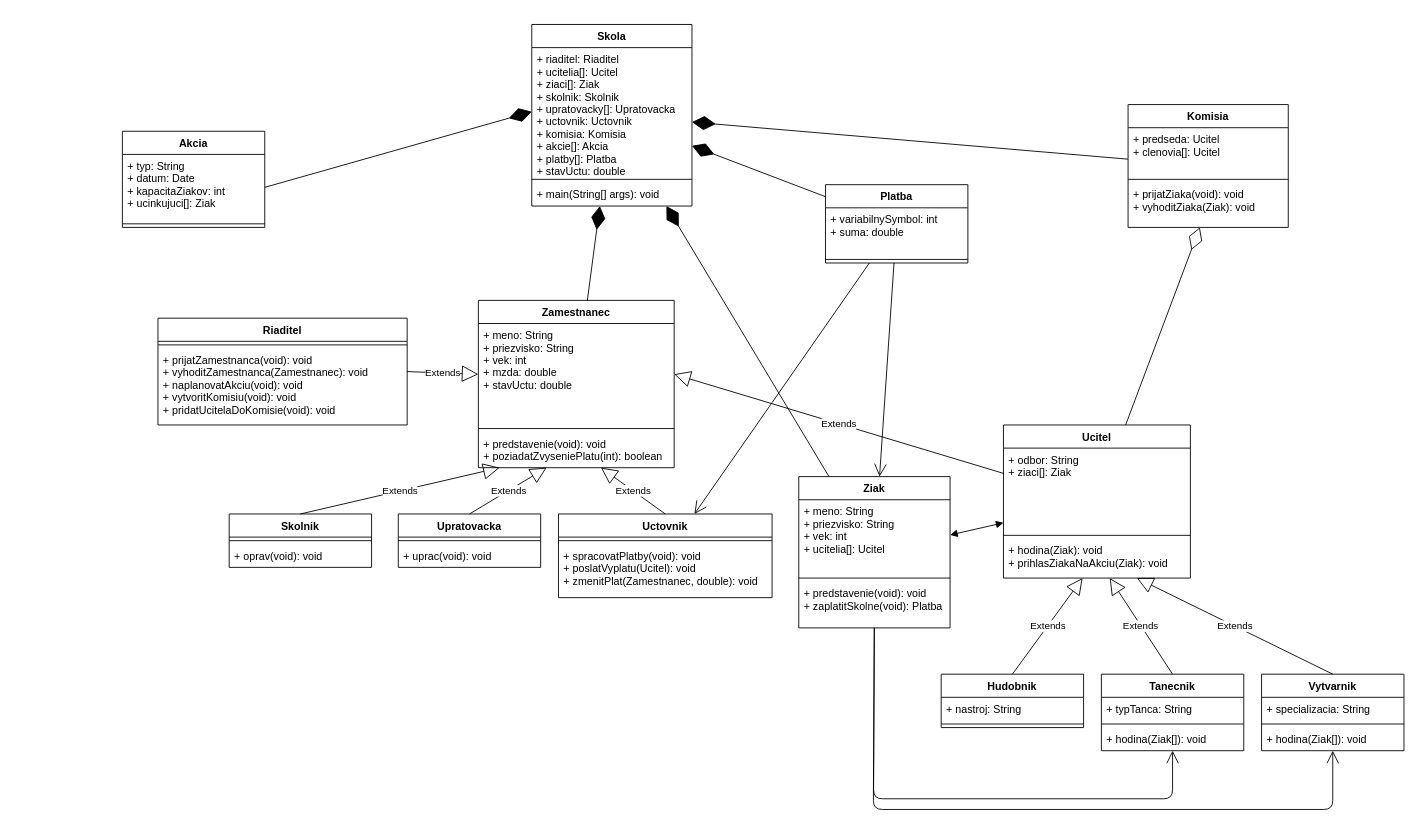
The draw.io diagram Untitled Diagram.drawio in okmada123/draw.io, before the edit. Source tidied: cells renumbered, new cells numbered last; positions are measured from the earlier drawing's top-left corner, leaving out a move shared by most shapes. Both pictures are drawn from the tidied source at 89%, with x=0, y=0 at pixel (122, 24).
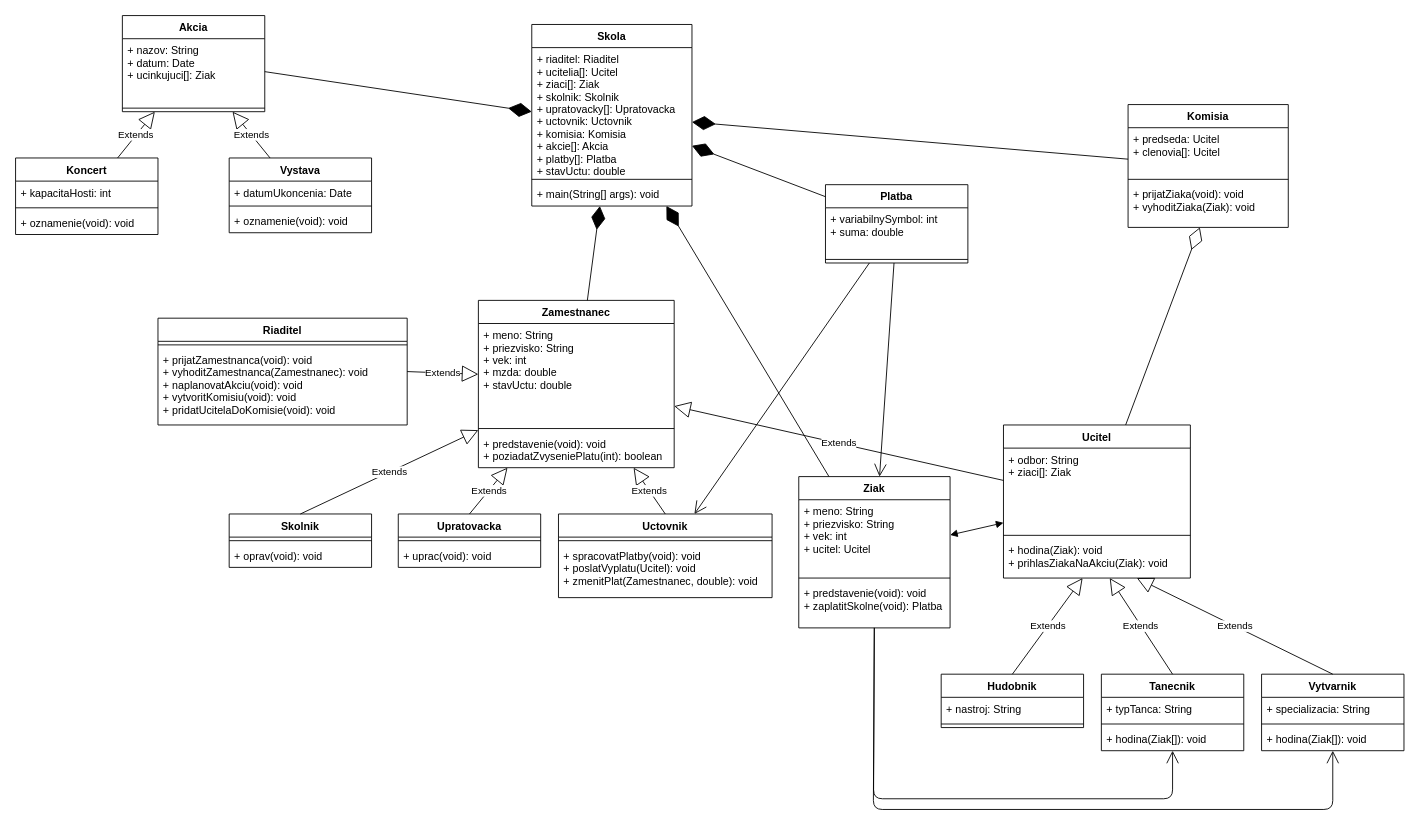
The same page after the edit.

Unchanged cells that the change refers to:
```xml
<mxCell id="9" value="Zamestnanec" style="swimlane;fontStyle=1;align=center;verticalAlign=top;horizontal=1;startSize=26;" parent="1" vertex="1">
  <mxGeometry x="400" y="310" width="220" height="188" as="geometry" />
</mxCell>
<mxCell id="10" value="+ meno: String&#10;+ priezvisko: String&#10;+ vek: int&#10;+ mzda: double&#10;+ stavUctu: double" style="text;strokeColor=none;fillColor=none;align=left;verticalAlign=top;spacingLeft=4;spacingRight=4;overflow=hidden;points=[[0,0.5],[1,0.5]];portConstraint=eastwest;" parent="9" vertex="1">
  <mxGeometry y="26" width="220" height="114" as="geometry" />
</mxCell>
<mxCell id="12" value="+ predstavenie(void): void&#10;+ poziadatZvyseniePlatu(int): boolean" style="text;strokeColor=none;fillColor=none;align=left;verticalAlign=top;spacingLeft=4;spacingRight=4;overflow=hidden;points=[[0,0.5],[1,0.5]];portConstraint=eastwest;" parent="9" vertex="1">
  <mxGeometry y="148" width="220" height="40" as="geometry" />
</mxCell>
<mxCell id="13" value="Skolnik" style="swimlane;fontStyle=1;align=center;verticalAlign=top;horizontal=1;startSize=26;" parent="1" vertex="1">
  <mxGeometry x="120" y="550" width="160" height="60" as="geometry" />
</mxCell>
<mxCell id="16" value="Upratovacka" style="swimlane;fontStyle=1;align=center;verticalAlign=top;horizontal=1;startSize=26;" parent="1" vertex="1">
  <mxGeometry x="310" y="550" width="160" height="60" as="geometry" />
</mxCell>
<mxCell id="19" value="Uctovnik" style="swimlane;fontStyle=1;align=center;verticalAlign=top;horizontal=1;startSize=26;" parent="1" vertex="1">
  <mxGeometry x="490" y="550" width="240" height="94" as="geometry" />
</mxCell>
<mxCell id="22" value="Ucitel" style="swimlane;fontStyle=1;align=center;verticalAlign=top;horizontal=1;startSize=26;" parent="1" vertex="1">
  <mxGeometry x="990" y="450" width="210" height="172" as="geometry" />
</mxCell>
<mxCell id="26" value="Ziak" style="swimlane;fontStyle=1;align=center;verticalAlign=top;horizontal=1;startSize=26;" parent="1" vertex="1">
  <mxGeometry x="760" y="508" width="170" height="170" as="geometry" />
</mxCell>
```

What changed in the source:
```diff
@@
-    <mxCell id="27" value="+ meno: String&#10;+ priezvisko: String&#10;+ vek: int&#10;+ ucitelia[]: Ucitel" style="text;strokeColor=none;fillColor=none;align=left;verticalAlign=top;spacingLeft=4;spacingRight=4;overflow=hidden;" parent="26" vertex="1">
+    <mxCell id="27" value="+ meno: String&#10;+ priezvisko: String&#10;+ vek: int&#10;+ ucitel: Ucitel" style="text;strokeColor=none;fillColor=none;align=left;verticalAlign=top;spacingLeft=4;spacingRight=4;overflow=hidden;" parent="26" vertex="1">
       <mxGeometry y="26" width="170" height="84" as="geometry" />
     </mxCell>
@@
-    <mxCell id="30" value="Extends" style="endArrow=block;endSize=16;endFill=0;html=1;exitX=0.5;exitY=0;exitDx=0;exitDy=0;" parent="1" edge="1" source="13" target="12">
+    <mxCell id="30" value="Extends" style="endArrow=block;endSize=16;endFill=0;html=1;exitX=0.5;exitY=0;exitDx=0;exitDy=0;" parent="1" edge="1" source="13" target="9">
       <mxGeometry relative="1" as="geometry" />
     </mxCell>
-    <mxCell id="31" value="Extends" style="endArrow=block;endSize=16;endFill=0;html=1;exitX=0.5;exitY=0;exitDx=0;exitDy=0;" parent="1" edge="1" source="16" target="12">
+    <mxCell id="31" value="Extends" style="endArrow=block;endSize=16;endFill=0;html=1;exitX=0.5;exitY=0;exitDx=0;exitDy=0;" parent="1" edge="1" source="16" target="9">
       <mxGeometry relative="1" as="geometry" />
     </mxCell>
-    <mxCell id="32" value="Extends" style="endArrow=block;endSize=16;endFill=0;html=1;exitX=0.5;exitY=0;exitDx=0;exitDy=0;" parent="1" edge="1" source="19" target="12">
+    <mxCell id="32" value="Extends" style="endArrow=block;endSize=16;endFill=0;html=1;exitX=0.5;exitY=0;exitDx=0;exitDy=0;" parent="1" edge="1" source="19" target="9">
       <mxGeometry relative="1" as="geometry" />
     </mxCell>
-    <mxCell id="33" value="Extends" style="endArrow=block;endSize=16;endFill=0;html=1;entryX=1;entryY=0.5;entryDx=0;entryDy=0;" parent="1" edge="1" source="22" target="10">
+    <mxCell id="33" value="Extends" style="endArrow=block;endSize=16;endFill=0;html=1;" parent="1" edge="1" source="22" target="9">
       <mxGeometry relative="1" as="geometry" />
     </mxCell>
@@
     <mxCell id="44" value="Akcia" style="swimlane;fontStyle=1;align=center;verticalAlign=top;horizontal=1;startSize=26;" parent="1" vertex="1">
-      <mxGeometry y="120" width="160" height="108" as="geometry" />
+      <mxGeometry y="-10" width="160" height="108" as="geometry" />
     </mxCell>
-    <mxCell id="45" value="+ typ: String&#10;+ datum: Date&#10;+ kapacitaZiakov: int&#10;+ ucinkujuci[]: Ziak" style="text;strokeColor=none;fillColor=none;align=left;verticalAlign=top;spacingLeft=4;spacingRight=4;overflow=hidden;points=[[0,0.5],[1,0.5]];portConstraint=eastwest;" parent="44" vertex="1">
+    <mxCell id="45" value="+ nazov: String&#10;+ datum: Date&#10;+ ucinkujuci[]: Ziak" style="text;strokeColor=none;fillColor=none;align=left;verticalAlign=top;spacingLeft=4;spacingRight=4;overflow=hidden;points=[[0,0.5],[1,0.5]];portConstraint=eastwest;" parent="44" vertex="1">
       <mxGeometry y="26" width="160" height="74" as="geometry" />
     </mxCell>
@@
+    <mxCell id="70" value="Koncert" style="swimlane;fontStyle=1;align=center;verticalAlign=top;horizontal=1;startSize=26;" parent="1" vertex="1">
+      <mxGeometry x="-120" y="150" width="160" height="86" as="geometry" />
+    </mxCell>
+    <mxCell id="71" value="+ kapacitaHosti: int" style="text;strokeColor=none;fillColor=none;align=left;verticalAlign=top;spacingLeft=4;spacingRight=4;overflow=hidden;" parent="70" vertex="1">
+      <mxGeometry y="26" width="160" height="26" as="geometry" />
+    </mxCell>
+    <mxCell id="72" style="line;strokeWidth=1;fillColor=none;align=left;verticalAlign=middle;spacingTop=-1;spacingLeft=3;spacingRight=3;labelPosition=right;" parent="70" vertex="1">
+      <mxGeometry y="52" width="160" height="8" as="geometry" />
+    </mxCell>
+    <mxCell id="73" value="+ oznamenie(void): void" style="text;strokeColor=none;fillColor=none;align=left;verticalAlign=top;spacingLeft=4;spacingRight=4;overflow=hidden;" parent="70" vertex="1">
+      <mxGeometry y="60" width="160" height="26" as="geometry" />
+    </mxCell>
+    <mxCell id="74" value="Vystava" style="swimlane;fontStyle=1;align=center;verticalAlign=top;horizontal=1;startSize=26;" parent="1" vertex="1">
+      <mxGeometry x="120" y="150" width="160" height="84" as="geometry" />
+    </mxCell>
+    <mxCell id="75" value="+ datumUkoncenia: Date" style="text;strokeColor=none;fillColor=none;align=left;verticalAlign=top;spacingLeft=4;spacingRight=4;overflow=hidden;" parent="74" vertex="1">
+      <mxGeometry y="26" width="160" height="24" as="geometry" />
+    </mxCell>
+    <mxCell id="76" style="line;strokeWidth=1;fillColor=none;align=left;verticalAlign=middle;spacingTop=-1;spacingLeft=3;spacingRight=3;labelPosition=right;" parent="74" vertex="1">
+      <mxGeometry y="50" width="160" height="8" as="geometry" />
+    </mxCell>
+    <mxCell id="77" value="+ oznamenie(void): void" style="text;strokeColor=none;fillColor=none;align=left;verticalAlign=top;spacingLeft=4;spacingRight=4;overflow=hidden;" parent="74" vertex="1">
+      <mxGeometry y="58" width="160" height="26" as="geometry" />
+    </mxCell>
+    <mxCell id="78" value="Extends" style="endArrow=block;endSize=16;endFill=0;html=1;" parent="1" edge="1" source="70" target="44">
+      <mxGeometry relative="1" as="geometry" />
+    </mxCell>
+    <mxCell id="79" value="Extends" style="endArrow=block;endSize=16;endFill=0;html=1;" parent="1" edge="1" source="74" target="44">
+      <mxGeometry relative="1" as="geometry" />
+    </mxCell>
```
